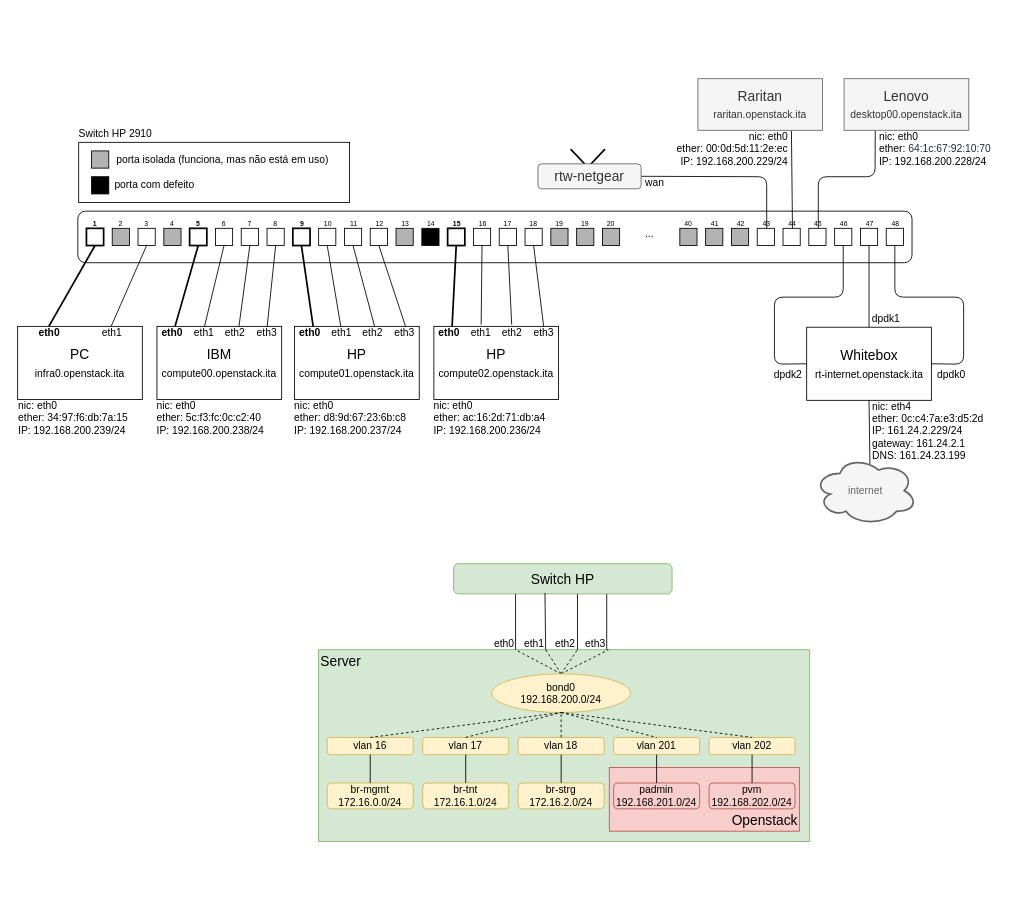
The draw.io diagram topology/Openstack_Cloud.drawio in emersonbarea/Openstack_Cloud, before the edit. Source tidied: cells renumbered, new cells numbered last; positions are measured from the earlier drawing's top-left corner, leaving out a move shared by most shapes. Both pictures are drawn from the tidied source at 86%, with x=0, y=0 at pixel (16, 78).
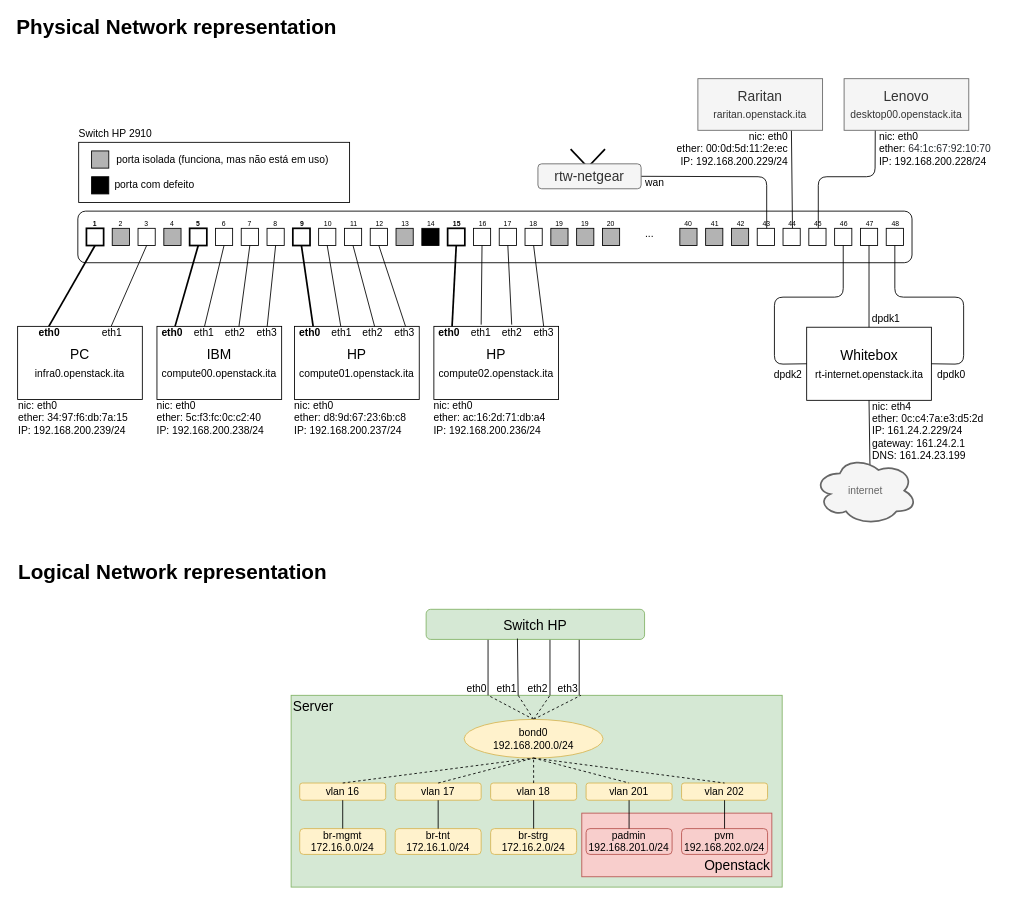
The same page after the edit.

What changed in the source:
```diff
@@
     <mxCell id="128" style="rounded=0;whiteSpace=wrap;html=1;fontSize=16;fillColor=#d5e8d4;strokeColor=#82b366;" parent="1" vertex="1">
-      <mxGeometry x="351" y="664" width="571" height="223" as="geometry" />
+      <mxGeometry x="319" y="717" width="571" height="223" as="geometry" />
     </mxCell>
     <mxCell id="129" value="eth1" style="text;html=1;strokeColor=none;fillColor=none;align=center;verticalAlign=middle;whiteSpace=wrap;rounded=0;fontSize=12;fontColor=#000000;" parent="1" vertex="1">
-      <mxGeometry x="582" y="647" width="40" height="20" as="geometry" />
+      <mxGeometry x="550" y="700" width="40" height="20" as="geometry" />
     </mxCell>
     <mxCell id="130" value="eth0" style="text;html=1;strokeColor=none;fillColor=none;align=center;verticalAlign=middle;whiteSpace=wrap;rounded=0;fontSize=12;fontColor=#000000;fontStyle=0;" parent="1" vertex="1">
-      <mxGeometry x="547" y="647" width="40" height="20" as="geometry" />
+      <mxGeometry x="515" y="700" width="40" height="20" as="geometry" />
     </mxCell>
     <mxCell id="131" value="eth2" style="text;html=1;strokeColor=none;fillColor=none;align=center;verticalAlign=middle;whiteSpace=wrap;rounded=0;fontSize=12;fontColor=#000000;" parent="1" vertex="1">
-      <mxGeometry x="618" y="647" width="40" height="20" as="geometry" />
+      <mxGeometry x="586" y="700" width="40" height="20" as="geometry" />
     </mxCell>
     <mxCell id="132" value="eth3" style="text;html=1;strokeColor=none;fillColor=none;align=center;verticalAlign=middle;whiteSpace=wrap;rounded=0;fontSize=12;fontColor=#000000;" parent="1" vertex="1">
-      <mxGeometry x="653" y="647" width="40" height="20" as="geometry" />
+      <mxGeometry x="621" y="700" width="40" height="20" as="geometry" />
     </mxCell>
     <mxCell id="133" style="endArrow=none;dashed=1;html=1;fontSize=16;exitX=0.5;exitY=0;exitDx=0;exitDy=0;" parent="1" edge="1" source="137">
       <mxGeometry relative="1" as="geometry">
-        <mxPoint x="580" y="664" as="targetPoint" />
+        <mxPoint x="548" y="717" as="targetPoint" />
       </mxGeometry>
     </mxCell>
     <mxCell id="134" style="endArrow=none;dashed=1;html=1;fontSize=16;exitX=0.5;exitY=0;exitDx=0;exitDy=0;" parent="1" edge="1" source="137">
       <mxGeometry relative="1" as="geometry">
-        <mxPoint x="615" y="664" as="targetPoint" />
+        <mxPoint x="583" y="717" as="targetPoint" />
       </mxGeometry>
     </mxCell>
     <mxCell id="135" style="endArrow=none;dashed=1;html=1;fontSize=16;exitX=0.5;exitY=0;exitDx=0;exitDy=0;" parent="1" edge="1" source="137">
       <mxGeometry relative="1" as="geometry">
-        <mxPoint x="652" y="664" as="targetPoint" />
+        <mxPoint x="620" y="717" as="targetPoint" />
       </mxGeometry>
     </mxCell>
     <mxCell id="136" style="endArrow=none;dashed=1;html=1;fontSize=16;exitX=0.5;exitY=0;exitDx=0;exitDy=0;" parent="1" edge="1" source="137">
       <mxGeometry relative="1" as="geometry">
-        <mxPoint x="688" y="664" as="targetPoint" />
+        <mxPoint x="656" y="717" as="targetPoint" />
       </mxGeometry>
     </mxCell>
     <mxCell id="137" value="bond0&lt;br&gt;192.168.200.0/24" style="ellipse;whiteSpace=wrap;html=1;fillColor=#fff2cc;strokeColor=#d6b656;" parent="1" vertex="1">
-      <mxGeometry x="552.2" y="692" width="161.5" height="45" as="geometry" />
+      <mxGeometry x="520.2" y="745" width="161.5" height="45" as="geometry" />
     </mxCell>
     <mxCell id="138" style="endArrow=none;html=1;" parent="1" edge="1">
       <mxGeometry relative="1" as="geometry">
-        <mxPoint x="580" y="664" as="sourcePoint" />
-        <mxPoint x="580" y="564" as="targetPoint" />
+        <mxPoint x="548" y="717" as="sourcePoint" />
+        <mxPoint x="548" y="617" as="targetPoint" />
       </mxGeometry>
     </mxCell>
     <mxCell id="139" style="endArrow=none;html=1;" parent="1" edge="1" source="150">
       <mxGeometry relative="1" as="geometry">
-        <mxPoint x="615" y="564" as="targetPoint" />
+        <mxPoint x="583" y="617" as="targetPoint" />
       </mxGeometry>
     </mxCell>
     <mxCell id="140" style="endArrow=none;html=1;" parent="1" edge="1">
       <mxGeometry relative="1" as="geometry">
-        <mxPoint x="652" y="664" as="sourcePoint" />
-        <mxPoint x="652" y="564" as="targetPoint" />
+        <mxPoint x="620" y="717" as="sourcePoint" />
+        <mxPoint x="620" y="617" as="targetPoint" />
       </mxGeometry>
     </mxCell>
     <mxCell id="141" style="endArrow=none;html=1;" parent="1" edge="1">
       <mxGeometry relative="1" as="geometry">
-        <mxPoint x="686" y="664" as="sourcePoint" />
-        <mxPoint x="686" y="564" as="targetPoint" />
+        <mxPoint x="654" y="717" as="sourcePoint" />
+        <mxPoint x="654" y="617" as="targetPoint" />
       </mxGeometry>
     </mxCell>
     <mxCell id="142" value="vlan 16" style="rounded=1;whiteSpace=wrap;html=1;fontSize=12;fillColor=#fff2cc;strokeColor=#d6b656;" parent="1" vertex="1">
-      <mxGeometry x="361" y="766" width="100" height="20" as="geometry" />
+      <mxGeometry x="329" y="819" width="100" height="20" as="geometry" />
     </mxCell>
     <mxCell id="143" value="vlan 17" style="rounded=1;whiteSpace=wrap;html=1;fontSize=12;fillColor=#fff2cc;strokeColor=#d6b656;" parent="1" vertex="1">
-      <mxGeometry x="472" y="766" width="100" height="20" as="geometry" />
+      <mxGeometry x="440" y="819" width="100" height="20" as="geometry" />
     </mxCell>
     <mxCell id="144" value="vlan 18" style="rounded=1;whiteSpace=wrap;html=1;fontSize=12;fillColor=#fff2cc;strokeColor=#d6b656;" parent="1" vertex="1">
-      <mxGeometry x="583" y="766" width="100" height="20" as="geometry" />
+      <mxGeometry x="551" y="819" width="100" height="20" as="geometry" />
     </mxCell>
     <mxCell id="145" value="vlan 201" style="rounded=1;whiteSpace=wrap;html=1;fontSize=12;fillColor=#fff2cc;strokeColor=#d6b656;" parent="1" vertex="1">
-      <mxGeometry x="694" y="766" width="100" height="20" as="geometry" />
+      <mxGeometry x="662" y="819" width="100" height="20" as="geometry" />
     </mxCell>
@@
     <mxCell id="150" value="Switch HP" style="rounded=1;whiteSpace=wrap;html=1;fontSize=16;fillColor=#d5e8d4;strokeColor=#82b366;" parent="1" vertex="1">
-      <mxGeometry x="508" y="564" width="254" height="35" as="geometry" />
+      <mxGeometry x="476" y="617" width="254" height="35" as="geometry" />
     </mxCell>
     <mxCell id="151" style="endArrow=none;html=1;entryX=0.418;entryY=0.971;entryDx=0;entryDy=0;entryPerimeter=0;" parent="1" edge="1" target="150">
       <mxGeometry relative="1" as="geometry">
-        <mxPoint x="615" y="664" as="sourcePoint" />
+        <mxPoint x="583" y="717" as="sourcePoint" />
       </mxGeometry>
     </mxCell>
     <mxCell id="152" value="Server" style="text;html=1;strokeColor=none;fillColor=none;align=center;verticalAlign=middle;whiteSpace=wrap;rounded=0;fontSize=16;" parent="1" vertex="1">
-      <mxGeometry x="357" y="667" width="40" height="20" as="geometry" />
+      <mxGeometry x="325" y="720" width="40" height="20" as="geometry" />
     </mxCell>
     <mxCell id="153" value="br-mgmt&lt;br&gt;172.16.0.0/24" style="rounded=1;whiteSpace=wrap;html=1;fontSize=12;fillColor=#fff2cc;strokeColor=#d6b656;" parent="1" vertex="1">
-      <mxGeometry x="361" y="819" width="100" height="30" as="geometry" />
+      <mxGeometry x="329" y="872" width="100" height="30" as="geometry" />
     </mxCell>
     <mxCell id="154" value="br-tnt&lt;br&gt;172.16.1.0/24" style="rounded=1;whiteSpace=wrap;html=1;fontSize=12;fillColor=#fff2cc;strokeColor=#d6b656;" parent="1" vertex="1">
-      <mxGeometry x="472" y="819" width="100" height="30" as="geometry" />
+      <mxGeometry x="440" y="872" width="100" height="30" as="geometry" />
     </mxCell>
     <mxCell id="155" value="vlan 202" style="rounded=1;whiteSpace=wrap;html=1;fontSize=12;fillColor=#fff2cc;strokeColor=#d6b656;" parent="1" vertex="1">
-      <mxGeometry x="805" y="766" width="100" height="20" as="geometry" />
+      <mxGeometry x="773" y="819" width="100" height="20" as="geometry" />
     </mxCell>
@@
     <mxCell id="157" value="br-strg&lt;br&gt;172.16.2.0/24" style="rounded=1;whiteSpace=wrap;html=1;fontSize=12;fillColor=#fff2cc;strokeColor=#d6b656;" parent="1" vertex="1">
-      <mxGeometry x="583" y="819" width="100" height="30" as="geometry" />
+      <mxGeometry x="551" y="872" width="100" height="30" as="geometry" />
     </mxCell>
@@
     <mxCell id="161" style="rounded=0;whiteSpace=wrap;html=1;fontSize=16;fillColor=#f8cecc;strokeColor=#b85450;" parent="1" vertex="1">
-      <mxGeometry x="689" y="801" width="221" height="74" as="geometry" />
+      <mxGeometry x="657" y="854" width="221" height="74" as="geometry" />
     </mxCell>
     <mxCell id="162" value="padmin&lt;br&gt;192.168.201.0/24" style="rounded=1;whiteSpace=wrap;html=1;fontSize=12;fillColor=#f8cecc;strokeColor=#b85450;" parent="1" vertex="1">
-      <mxGeometry x="694" y="819" width="100" height="30" as="geometry" />
+      <mxGeometry x="662" y="872" width="100" height="30" as="geometry" />
     </mxCell>
     <mxCell id="163" value="pvm&lt;br&gt;192.168.202.0/24" style="rounded=1;whiteSpace=wrap;html=1;fontSize=12;fillColor=#f8cecc;strokeColor=#b85450;" parent="1" vertex="1">
-      <mxGeometry x="805" y="819" width="100" height="30" as="geometry" />
+      <mxGeometry x="773" y="872" width="100" height="30" as="geometry" />
     </mxCell>
     <mxCell id="164" value="Openstack" style="text;html=1;strokeColor=none;fillColor=none;align=center;verticalAlign=middle;whiteSpace=wrap;rounded=0;fontSize=16;" parent="1" vertex="1">
-      <mxGeometry x="850" y="852" width="40" height="20" as="geometry" />
+      <mxGeometry x="818" y="905" width="40" height="20" as="geometry" />
     </mxCell>
@@
+    <mxCell id="167" value="Physical Network representation" style="text;html=1;strokeColor=none;fillColor=none;align=left;verticalAlign=middle;whiteSpace=wrap;rounded=0;fontSize=24;fontStyle=1;" parent="1" vertex="1">
+      <mxGeometry x="-2" y="-70" width="389" height="20" as="geometry" />
+    </mxCell>
+    <mxCell id="168" value="Logical Network representation" style="text;html=1;strokeColor=none;fillColor=none;align=left;verticalAlign=middle;whiteSpace=wrap;rounded=0;fontSize=24;fontStyle=1;" parent="1" vertex="1">
+      <mxGeometry y="564" width="389" height="20" as="geometry" />
+    </mxCell>
```
